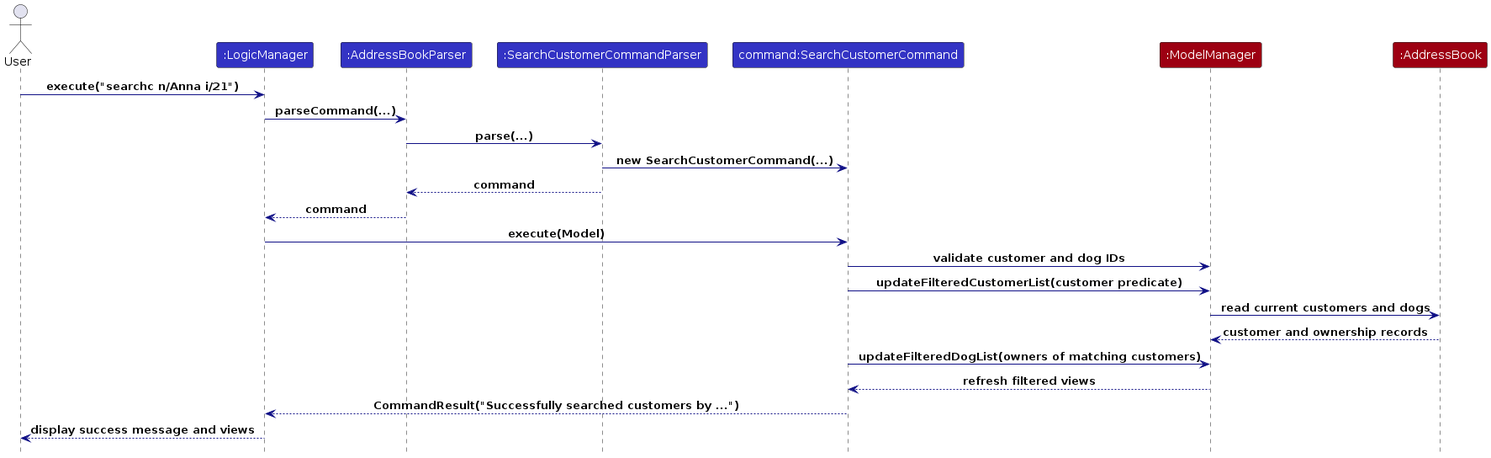
Above: diagrams/SearchCustomerSequenceDiagram.png in AY2627S1-CS2103T-T15-4/tp (PlantUML), before the change. Its source is kept beside it as diagrams/SearchCustomerSequenceDiagram.puml.
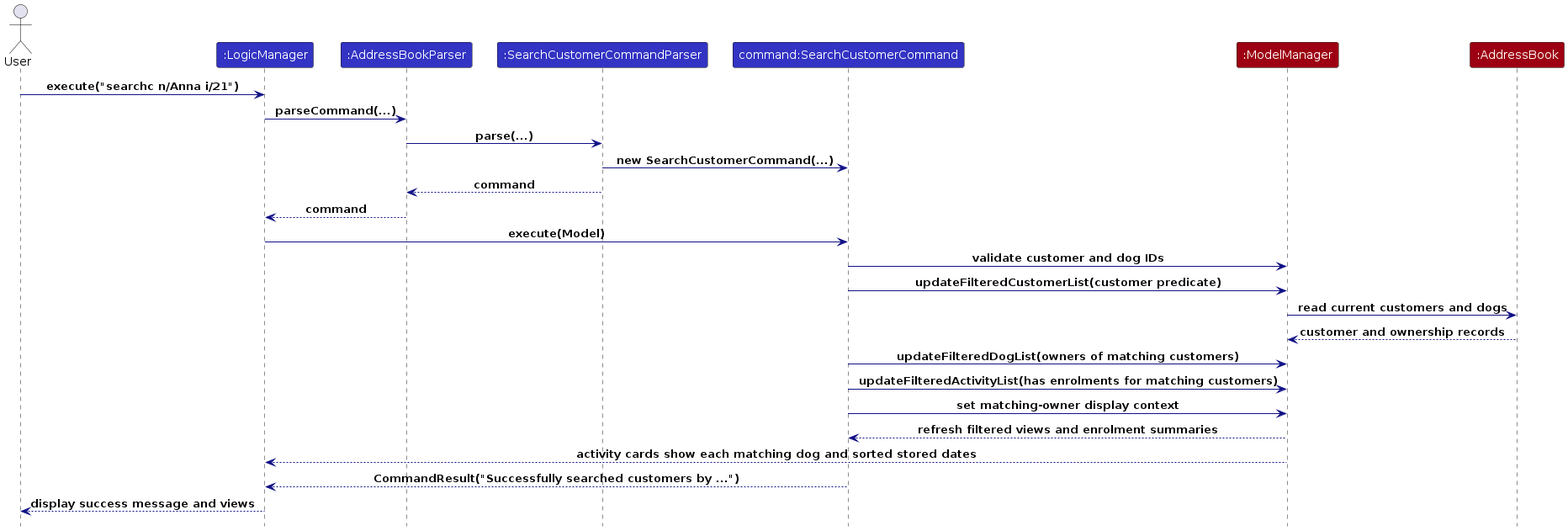
Later version of the same file.

Diff of the diagram source:
```diff
@@ -22,7 +22,10 @@
 Model -> Book : read current customers and dogs
 Book --> Model : customer and ownership records
 Command -> Model : updateFilteredDogList(owners of matching customers)
-Model --> Command : refresh filtered views
+Command -> Model : updateFilteredActivityList(has enrolments for matching customers)
+Command -> Model : set matching-owner display context
+Model --> Command : refresh filtered views and enrolment summaries
+Model --> Logic : activity cards show each matching dog and sorted stored dates
 Command --> Logic : CommandResult("Successfully searched customers by ...")
 Logic --> User : display success message and views
 @enduml
```
